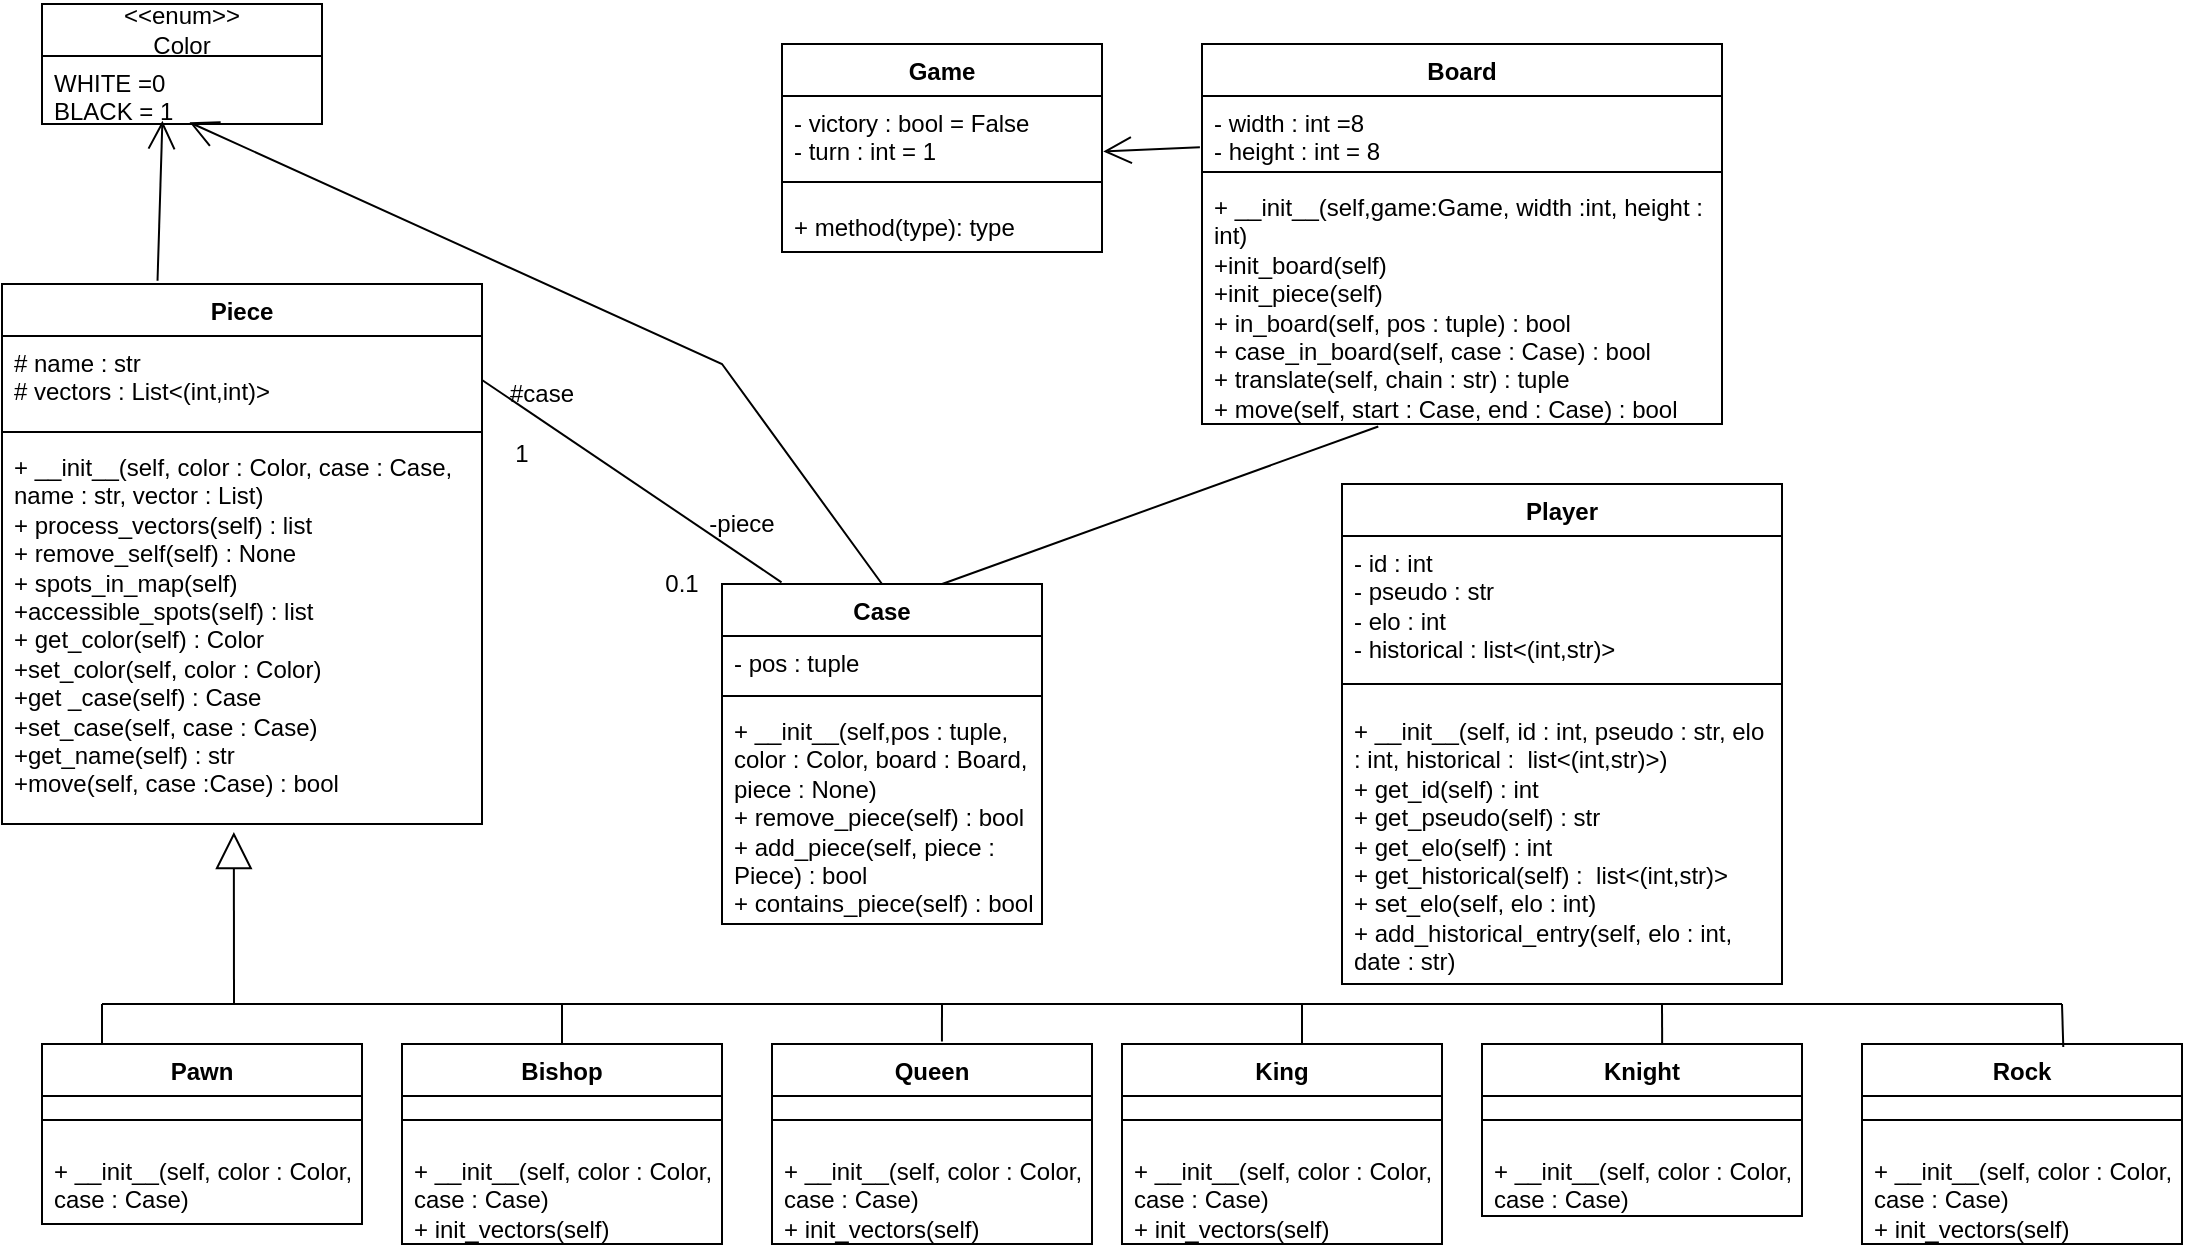
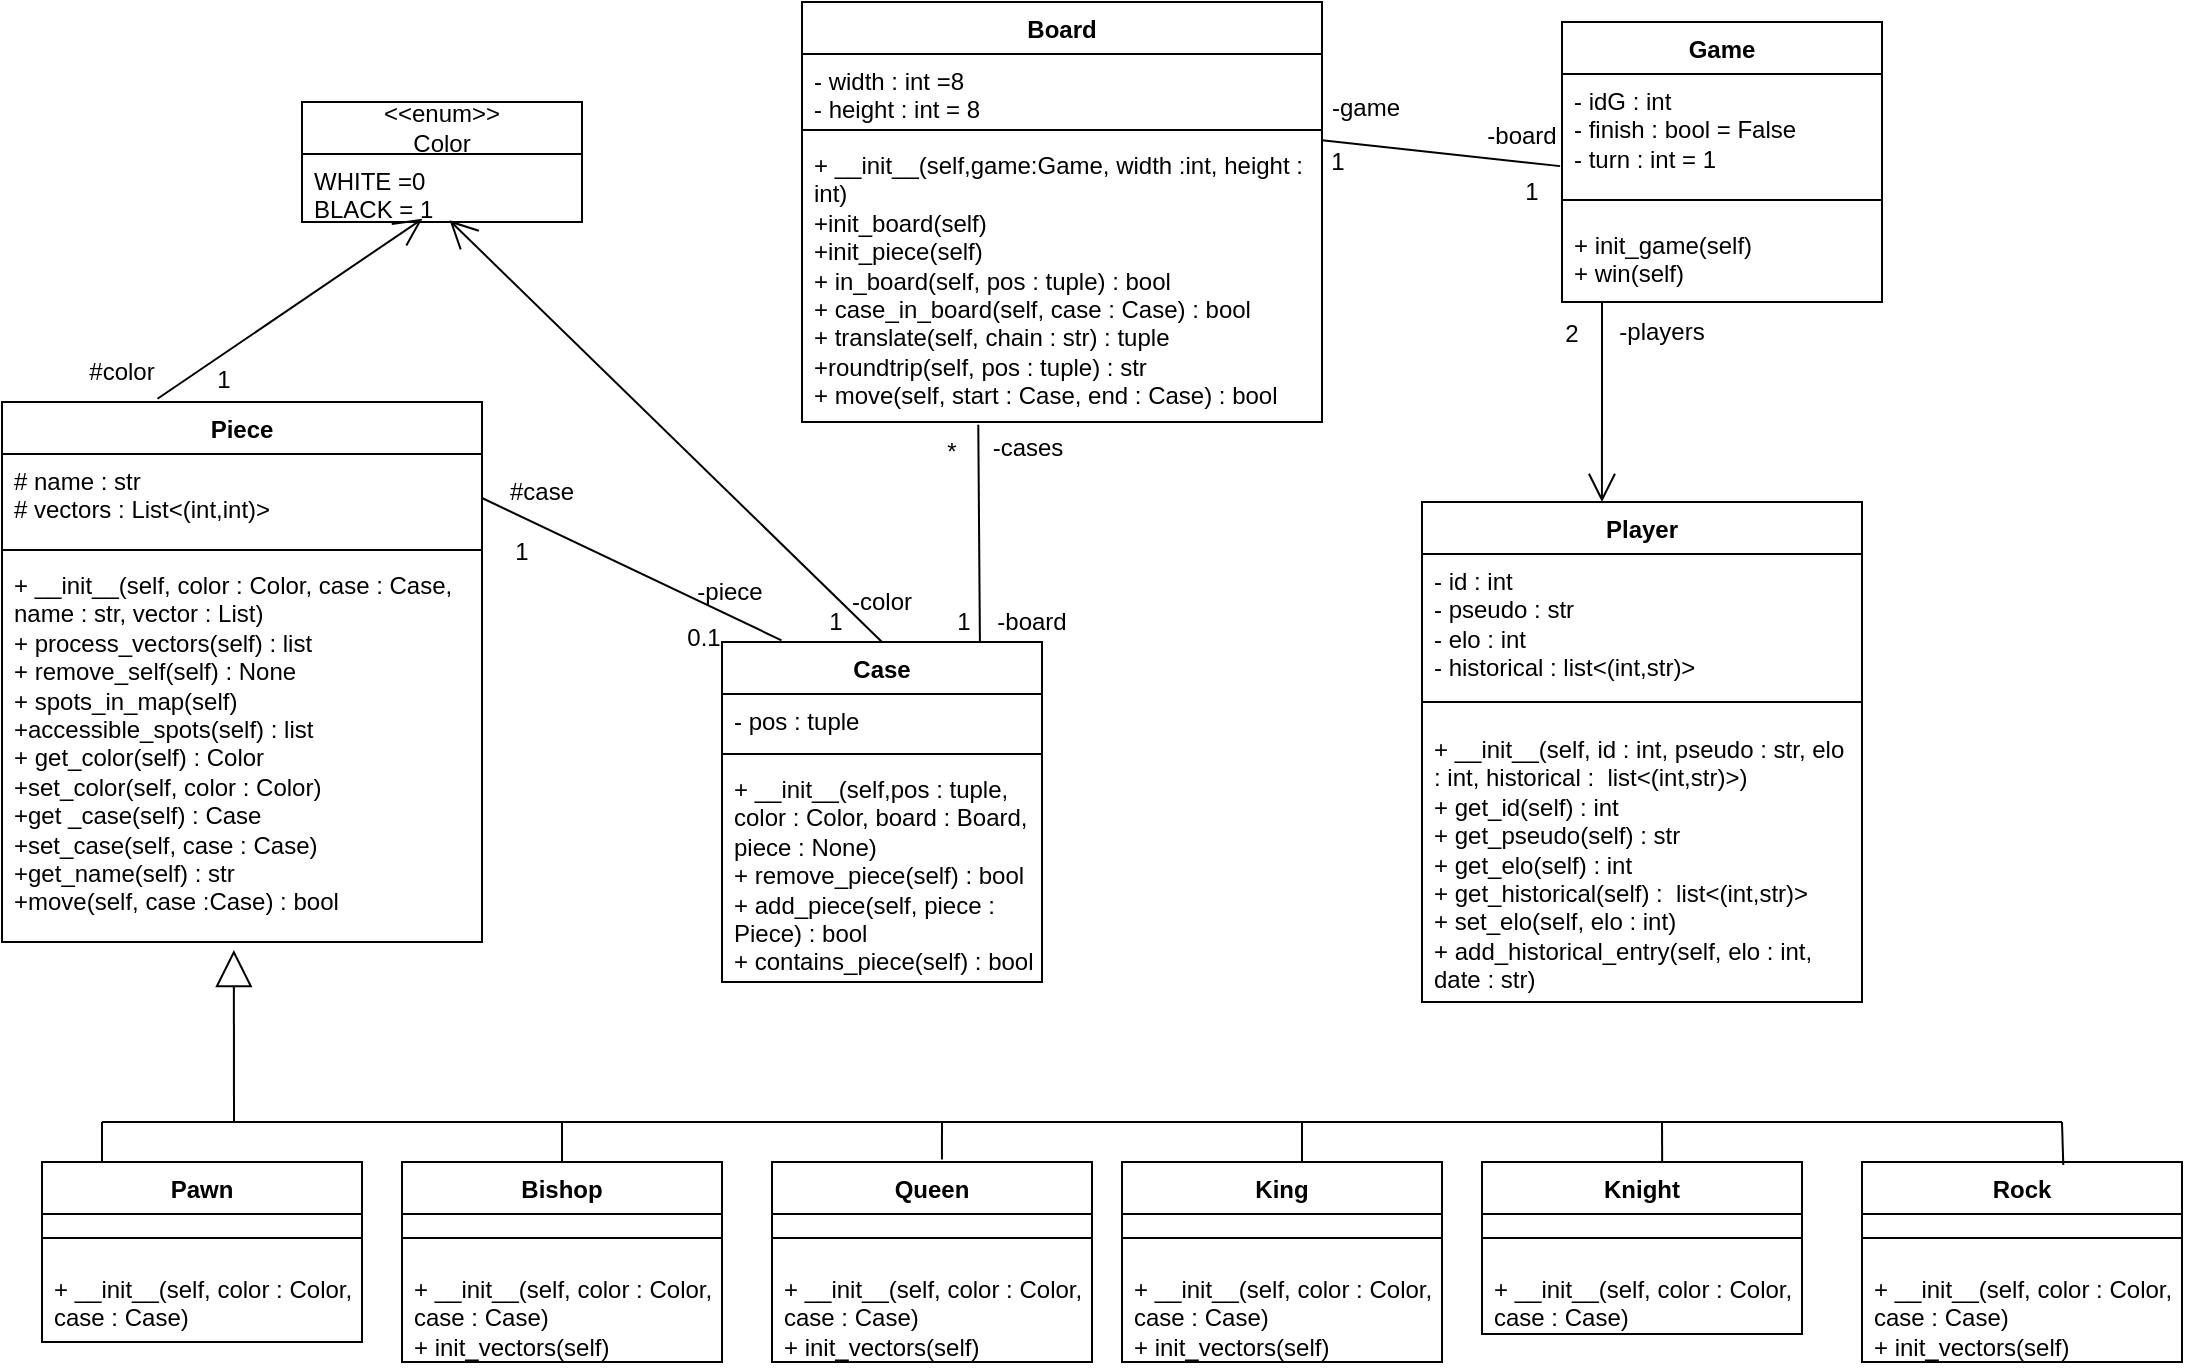
- <mxfile host="app.diagrams.net" agent="Mozilla/5.0 (X11; Linux x86_64; rv:146.0) Gecko/20100101 Firefox/146.0" version="29.1.1">
+ <mxfile host="app.diagrams.net" agent="Mozilla/5.0 (X11; Linux x86_64; rv:146.0) Gecko/20100101 Firefox/146.0" version="29.2.7">
  <diagram name="Page-1" id="ue2nzu8fp39hdbNQRuWm">
-     <mxGraphModel dx="1053" dy="668" grid="1" gridSize="10" guides="1" tooltips="1" connect="1" arrows="1" fold="1" page="1" pageScale="1" pageWidth="1169" pageHeight="1654" math="0" shadow="0">
+     <mxGraphModel dx="1426" dy="835" grid="1" gridSize="10" guides="1" tooltips="1" connect="1" arrows="1" fold="1" page="1" pageScale="1" pageWidth="1169" pageHeight="1654" math="0" shadow="0">
      <root>
        <mxCell id="0" />
        <mxCell id="1" parent="0" />
        <mxCell id="S0ea2ZYKpIamfI4VXVso-1" parent="1" style="swimlane;fontStyle=1;align=center;verticalAlign=top;childLayout=stackLayout;horizontal=1;startSize=26;horizontalStack=0;resizeParent=1;resizeParentMax=0;resizeLast=0;collapsible=1;marginBottom=0;whiteSpace=wrap;html=1;" value="Player" vertex="1">
-           <mxGeometry height="250" width="220" x="720" y="340" as="geometry" />
+           <mxGeometry height="250" width="220" x="760" y="290" as="geometry" />
        </mxCell>
        <mxCell id="S0ea2ZYKpIamfI4VXVso-2" parent="S0ea2ZYKpIamfI4VXVso-1" style="text;strokeColor=none;fillColor=none;align=left;verticalAlign=top;spacingLeft=4;spacingRight=4;overflow=hidden;rotatable=0;points=[[0,0.5],[1,0.5]];portConstraint=eastwest;whiteSpace=wrap;html=1;" value="&lt;div&gt;- id : int&lt;/div&gt;&lt;div&gt;- pseudo : str&lt;/div&gt;&lt;div&gt;- elo : int&lt;/div&gt;&lt;div&gt;- historical : list&amp;lt;(int,str)&amp;gt;&lt;/div&gt;" vertex="1">
          <mxGeometry height="64" width="220" y="26" as="geometry" />
        </mxCell>
        <mxCell id="S0ea2ZYKpIamfI4VXVso-3" parent="S0ea2ZYKpIamfI4VXVso-1" style="line;strokeWidth=1;fillColor=none;align=left;verticalAlign=middle;spacingTop=-1;spacingLeft=3;spacingRight=3;rotatable=0;labelPosition=right;points=[];portConstraint=eastwest;strokeColor=inherit;" value="" vertex="1">
          <mxGeometry height="20" width="220" y="90" as="geometry" />
        </mxCell>
        <mxCell id="S0ea2ZYKpIamfI4VXVso-4" parent="S0ea2ZYKpIamfI4VXVso-1" style="text;strokeColor=none;fillColor=none;align=left;verticalAlign=top;spacingLeft=4;spacingRight=4;overflow=hidden;rotatable=0;points=[[0,0.5],[1,0.5]];portConstraint=eastwest;whiteSpace=wrap;html=1;" value="&lt;div&gt;+ __init__(self, id : int, pseudo : str, elo : int, historical :&amp;nbsp; list&amp;lt;(int,str)&amp;gt;)&lt;/div&gt;&lt;div&gt;+ get_id(self) : int&lt;/div&gt;&lt;div&gt;+ get_pseudo(self) : str&lt;/div&gt;&lt;div&gt;+ get_elo(self) : int&lt;/div&gt;&lt;div&gt;+ get_historical(self) :&amp;nbsp; list&amp;lt;(int,str)&amp;gt;&lt;/div&gt;&lt;div&gt;+ set_elo(self, elo : int)&lt;/div&gt;&lt;div&gt;+ add_historical_entry(self, elo : int, date : str)&lt;/div&gt;" vertex="1">
          <mxGeometry height="140" width="220" y="110" as="geometry" />
        </mxCell>
        <mxCell id="S0ea2ZYKpIamfI4VXVso-5" parent="1" style="swimlane;fontStyle=1;align=center;verticalAlign=top;childLayout=stackLayout;horizontal=1;startSize=26;horizontalStack=0;resizeParent=1;resizeParentMax=0;resizeLast=0;collapsible=1;marginBottom=0;whiteSpace=wrap;html=1;" value="Game" vertex="1">
-           <mxGeometry height="104" width="160" x="440" y="120" as="geometry" />
-         </mxCell>
-         <mxCell id="S0ea2ZYKpIamfI4VXVso-6" parent="S0ea2ZYKpIamfI4VXVso-5" style="text;strokeColor=none;fillColor=none;align=left;verticalAlign=top;spacingLeft=4;spacingRight=4;overflow=hidden;rotatable=0;points=[[0,0.5],[1,0.5]];portConstraint=eastwest;whiteSpace=wrap;html=1;" value="&lt;div&gt;- victory : bool = False&lt;/div&gt;&lt;div&gt;- turn : int = 1&lt;/div&gt;" vertex="1">
-           <mxGeometry height="34" width="160" y="26" as="geometry" />
+           <mxGeometry height="140" width="160" x="830" y="50" as="geometry" />
+         </mxCell>
+         <mxCell id="S0ea2ZYKpIamfI4VXVso-6" parent="S0ea2ZYKpIamfI4VXVso-5" style="text;strokeColor=none;fillColor=none;align=left;verticalAlign=top;spacingLeft=4;spacingRight=4;overflow=hidden;rotatable=0;points=[[0,0.5],[1,0.5]];portConstraint=eastwest;whiteSpace=wrap;html=1;" value="&lt;div&gt;- idG : int&lt;/div&gt;&lt;div&gt;- finish : bool = False&lt;/div&gt;&lt;div&gt;- turn : int = 1&lt;/div&gt;" vertex="1">
+           <mxGeometry height="54" width="160" y="26" as="geometry" />
        </mxCell>
        <mxCell id="S0ea2ZYKpIamfI4VXVso-7" parent="S0ea2ZYKpIamfI4VXVso-5" style="line;strokeWidth=1;fillColor=none;align=left;verticalAlign=middle;spacingTop=-1;spacingLeft=3;spacingRight=3;rotatable=0;labelPosition=right;points=[];portConstraint=eastwest;strokeColor=inherit;" value="" vertex="1">
-           <mxGeometry height="18" width="160" y="60" as="geometry" />
-         </mxCell>
-         <mxCell id="S0ea2ZYKpIamfI4VXVso-8" parent="S0ea2ZYKpIamfI4VXVso-5" style="text;strokeColor=none;fillColor=none;align=left;verticalAlign=top;spacingLeft=4;spacingRight=4;overflow=hidden;rotatable=0;points=[[0,0.5],[1,0.5]];portConstraint=eastwest;whiteSpace=wrap;html=1;" value="+ method(type): type" vertex="1">
-           <mxGeometry height="26" width="160" y="78" as="geometry" />
+           <mxGeometry height="18" width="160" y="80" as="geometry" />
+         </mxCell>
+         <mxCell id="S0ea2ZYKpIamfI4VXVso-8" parent="S0ea2ZYKpIamfI4VXVso-5" style="text;strokeColor=none;fillColor=none;align=left;verticalAlign=top;spacingLeft=4;spacingRight=4;overflow=hidden;rotatable=0;points=[[0,0.5],[1,0.5]];portConstraint=eastwest;whiteSpace=wrap;html=1;" value="&lt;div&gt;+ init_game(self)&lt;/div&gt;&lt;div&gt;+ win(self)&lt;/div&gt;" vertex="1">
+           <mxGeometry height="42" width="160" y="98" as="geometry" />
        </mxCell>
        <mxCell id="S0ea2ZYKpIamfI4VXVso-9" parent="1" style="swimlane;fontStyle=1;align=center;verticalAlign=top;childLayout=stackLayout;horizontal=1;startSize=26;horizontalStack=0;resizeParent=1;resizeParentMax=0;resizeLast=0;collapsible=1;marginBottom=0;whiteSpace=wrap;html=1;" value="Board" vertex="1">
-           <mxGeometry height="190" width="260" x="650" y="120" as="geometry" />
+           <mxGeometry height="210" width="260" x="450" y="40" as="geometry" />
        </mxCell>
        <mxCell id="S0ea2ZYKpIamfI4VXVso-10" parent="S0ea2ZYKpIamfI4VXVso-9" style="text;strokeColor=none;fillColor=none;align=left;verticalAlign=top;spacingLeft=4;spacingRight=4;overflow=hidden;rotatable=0;points=[[0,0.5],[1,0.5]];portConstraint=eastwest;whiteSpace=wrap;html=1;" value="&lt;div&gt;- width : int =8&lt;/div&gt;&lt;div&gt;- height : int = 8&lt;/div&gt;" vertex="1">
          <mxGeometry height="34" width="260" y="26" as="geometry" />
        </mxCell>
        <mxCell id="S0ea2ZYKpIamfI4VXVso-11" parent="S0ea2ZYKpIamfI4VXVso-9" style="line;strokeWidth=1;fillColor=none;align=left;verticalAlign=middle;spacingTop=-1;spacingLeft=3;spacingRight=3;rotatable=0;labelPosition=right;points=[];portConstraint=eastwest;strokeColor=inherit;" value="" vertex="1">
          <mxGeometry height="8" width="260" y="60" as="geometry" />
        </mxCell>
-         <mxCell id="S0ea2ZYKpIamfI4VXVso-12" parent="S0ea2ZYKpIamfI4VXVso-9" style="text;strokeColor=none;fillColor=none;align=left;verticalAlign=top;spacingLeft=4;spacingRight=4;overflow=hidden;rotatable=0;points=[[0,0.5],[1,0.5]];portConstraint=eastwest;whiteSpace=wrap;html=1;" value="&lt;div&gt;+ __init__(self,game:Game, width :int, height : int)&lt;/div&gt;&lt;div&gt;+init_board(self)&lt;/div&gt;&lt;div&gt;+init_piece(self)&lt;/div&gt;&lt;div&gt;+ in_board(self, pos : tuple) : bool&lt;/div&gt;&lt;div&gt;+ case_in_board(self, case : Case) : bool&lt;/div&gt;&lt;div&gt;+ translate(self, chain : str) : tuple&lt;/div&gt;&lt;div&gt;+ move(self, start : Case, end : Case) : bool&lt;/div&gt;" vertex="1">
-           <mxGeometry height="122" width="260" y="68" as="geometry" />
+         <mxCell id="S0ea2ZYKpIamfI4VXVso-12" parent="S0ea2ZYKpIamfI4VXVso-9" style="text;strokeColor=none;fillColor=none;align=left;verticalAlign=top;spacingLeft=4;spacingRight=4;overflow=hidden;rotatable=0;points=[[0,0.5],[1,0.5]];portConstraint=eastwest;whiteSpace=wrap;html=1;" value="&lt;div&gt;+ __init__(self,game:Game, width :int, height : int)&lt;/div&gt;&lt;div&gt;+init_board(self)&lt;/div&gt;&lt;div&gt;+init_piece(self)&lt;/div&gt;&lt;div&gt;+ in_board(self, pos : tuple) : bool&lt;/div&gt;&lt;div&gt;+ case_in_board(self, case : Case) : bool&lt;/div&gt;&lt;div&gt;+ translate(self, chain : str) : tuple&lt;/div&gt;&lt;div&gt;+roundtrip(self, pos : tuple) : str&lt;/div&gt;&lt;div&gt;+ move(self, start : Case, end : Case) : bool&lt;/div&gt;" vertex="1">
+           <mxGeometry height="142" width="260" y="68" as="geometry" />
        </mxCell>
        <mxCell id="S0ea2ZYKpIamfI4VXVso-14" parent="1" style="swimlane;fontStyle=1;align=center;verticalAlign=top;childLayout=stackLayout;horizontal=1;startSize=26;horizontalStack=0;resizeParent=1;resizeParentMax=0;resizeLast=0;collapsible=1;marginBottom=0;whiteSpace=wrap;html=1;" value="Case" vertex="1">
-           <mxGeometry height="170" width="160" x="410" y="390" as="geometry" />
+           <mxGeometry height="170" width="160" x="410" y="360" as="geometry" />
        </mxCell>
        <mxCell id="S0ea2ZYKpIamfI4VXVso-15" parent="S0ea2ZYKpIamfI4VXVso-14" style="text;strokeColor=none;fillColor=none;align=left;verticalAlign=top;spacingLeft=4;spacingRight=4;overflow=hidden;rotatable=0;points=[[0,0.5],[1,0.5]];portConstraint=eastwest;whiteSpace=wrap;html=1;" value="- pos : tuple" vertex="1">
          <mxGeometry height="26" width="160" y="26" as="geometry" />
        </mxCell>
        <mxCell id="S0ea2ZYKpIamfI4VXVso-16" parent="S0ea2ZYKpIamfI4VXVso-14" style="line;strokeWidth=1;fillColor=none;align=left;verticalAlign=middle;spacingTop=-1;spacingLeft=3;spacingRight=3;rotatable=0;labelPosition=right;points=[];portConstraint=eastwest;strokeColor=inherit;" value="" vertex="1">
          <mxGeometry height="8" width="160" y="52" as="geometry" />
        </mxCell>
        <mxCell id="S0ea2ZYKpIamfI4VXVso-17" parent="S0ea2ZYKpIamfI4VXVso-14" style="text;strokeColor=none;fillColor=none;align=left;verticalAlign=top;spacingLeft=4;spacingRight=4;overflow=hidden;rotatable=0;points=[[0,0.5],[1,0.5]];portConstraint=eastwest;whiteSpace=wrap;html=1;" value="&lt;div&gt;+ __init__(self,pos : tuple, color : Color, board : Board, piece : None)&lt;/div&gt;&lt;div&gt;+ remove_piece(self) : bool&lt;/div&gt;&lt;div&gt;+ add_piece(self, piece : Piece) : bool&lt;/div&gt;&lt;div&gt;+ contains_piece(self) : bool&lt;/div&gt;" vertex="1">
          <mxGeometry height="110" width="160" y="60" as="geometry" />
        </mxCell>
        <mxCell id="S0ea2ZYKpIamfI4VXVso-18" parent="1" style="swimlane;fontStyle=1;align=center;verticalAlign=top;childLayout=stackLayout;horizontal=1;startSize=26;horizontalStack=0;resizeParent=1;resizeParentMax=0;resizeLast=0;collapsible=1;marginBottom=0;whiteSpace=wrap;html=1;" value="Piece" vertex="1">
          <mxGeometry height="270" width="240" x="50" y="240" as="geometry" />
        </mxCell>
        <mxCell id="S0ea2ZYKpIamfI4VXVso-19" parent="S0ea2ZYKpIamfI4VXVso-18" style="text;strokeColor=none;fillColor=none;align=left;verticalAlign=top;spacingLeft=4;spacingRight=4;overflow=hidden;rotatable=0;points=[[0,0.5],[1,0.5]];portConstraint=eastwest;whiteSpace=wrap;html=1;" value="&lt;div&gt;# name : str&lt;/div&gt;&lt;div&gt;# vectors : List&amp;lt;(int,int)&amp;gt;&lt;/div&gt;" vertex="1">
          <mxGeometry height="44" width="240" y="26" as="geometry" />
        </mxCell>
        <mxCell id="S0ea2ZYKpIamfI4VXVso-20" parent="S0ea2ZYKpIamfI4VXVso-18" style="line;strokeWidth=1;fillColor=none;align=left;verticalAlign=middle;spacingTop=-1;spacingLeft=3;spacingRight=3;rotatable=0;labelPosition=right;points=[];portConstraint=eastwest;strokeColor=inherit;" value="" vertex="1">
          <mxGeometry height="8" width="240" y="70" as="geometry" />
        </mxCell>
        <mxCell id="S0ea2ZYKpIamfI4VXVso-21" parent="S0ea2ZYKpIamfI4VXVso-18" style="text;strokeColor=none;fillColor=none;align=left;verticalAlign=top;spacingLeft=4;spacingRight=4;overflow=hidden;rotatable=0;points=[[0,0.5],[1,0.5]];portConstraint=eastwest;whiteSpace=wrap;html=1;" value="&lt;div&gt;+ __init__(self, color : Color, case : Case, name : str, vector : List)&lt;/div&gt;&lt;div&gt;+ process_vectors(self) : list&lt;/div&gt;&lt;div&gt;+ remove_self(self) : None&lt;/div&gt;&lt;div&gt;+ spots_in_map(self)&lt;/div&gt;&lt;div&gt;+accessible_spots(self) : list&lt;/div&gt;&lt;div&gt;+ get_color(self) : Color&lt;/div&gt;&lt;div&gt;+set_color(self, color : Color)&lt;/div&gt;&lt;div&gt;+get _case(self) : Case&lt;/div&gt;&lt;div&gt;+set_case(self, case : Case)&lt;/div&gt;&lt;div&gt;+get_name(self) : str&lt;/div&gt;&lt;div&gt;+move(self, case :Case) : bool&lt;/div&gt;" vertex="1">
          <mxGeometry height="192" width="240" y="78" as="geometry" />
        </mxCell>
        <mxCell id="S0ea2ZYKpIamfI4VXVso-22" parent="1" style="swimlane;fontStyle=1;align=center;verticalAlign=top;childLayout=stackLayout;horizontal=1;startSize=26;horizontalStack=0;resizeParent=1;resizeParentMax=0;resizeLast=0;collapsible=1;marginBottom=0;whiteSpace=wrap;html=1;" value="Pawn" vertex="1">
          <mxGeometry height="90" width="160" x="70" y="620" as="geometry" />
        </mxCell>
        <mxCell id="S0ea2ZYKpIamfI4VXVso-24" parent="S0ea2ZYKpIamfI4VXVso-22" style="line;strokeWidth=1;fillColor=none;align=left;verticalAlign=middle;spacingTop=-1;spacingLeft=3;spacingRight=3;rotatable=0;labelPosition=right;points=[];portConstraint=eastwest;strokeColor=inherit;" value="" vertex="1">
          <mxGeometry height="24" width="160" y="26" as="geometry" />
        </mxCell>
        <mxCell id="S0ea2ZYKpIamfI4VXVso-25" parent="S0ea2ZYKpIamfI4VXVso-22" style="text;strokeColor=none;fillColor=none;align=left;verticalAlign=top;spacingLeft=4;spacingRight=4;overflow=hidden;rotatable=0;points=[[0,0.5],[1,0.5]];portConstraint=eastwest;whiteSpace=wrap;html=1;" value="&lt;div&gt;+ __init__(self, color : Color, case : Case)&lt;/div&gt;" vertex="1">
          <mxGeometry height="40" width="160" y="50" as="geometry" />
        </mxCell>
        <mxCell id="S0ea2ZYKpIamfI4VXVso-27" parent="1" style="swimlane;fontStyle=1;align=center;verticalAlign=top;childLayout=stackLayout;horizontal=1;startSize=26;horizontalStack=0;resizeParent=1;resizeParentMax=0;resizeLast=0;collapsible=1;marginBottom=0;whiteSpace=wrap;html=1;" value="Bishop" vertex="1">
          <mxGeometry height="100" width="160" x="250" y="620" as="geometry" />
        </mxCell>
        <mxCell id="S0ea2ZYKpIamfI4VXVso-29" parent="S0ea2ZYKpIamfI4VXVso-27" style="line;strokeWidth=1;fillColor=none;align=left;verticalAlign=middle;spacingTop=-1;spacingLeft=3;spacingRight=3;rotatable=0;labelPosition=right;points=[];portConstraint=eastwest;strokeColor=inherit;" value="" vertex="1">
          <mxGeometry height="24" width="160" y="26" as="geometry" />
        </mxCell>
        <mxCell id="S0ea2ZYKpIamfI4VXVso-30" parent="S0ea2ZYKpIamfI4VXVso-27" style="text;strokeColor=none;fillColor=none;align=left;verticalAlign=top;spacingLeft=4;spacingRight=4;overflow=hidden;rotatable=0;points=[[0,0.5],[1,0.5]];portConstraint=eastwest;whiteSpace=wrap;html=1;" value="&lt;div&gt;+ __init__(self, color : Color, case : Case)&lt;/div&gt;&lt;div&gt;+ init_vectors(self)&lt;/div&gt;" vertex="1">
          <mxGeometry height="50" width="160" y="50" as="geometry" />
        </mxCell>
        <mxCell id="S0ea2ZYKpIamfI4VXVso-31" parent="1" style="swimlane;fontStyle=1;align=center;verticalAlign=top;childLayout=stackLayout;horizontal=1;startSize=26;horizontalStack=0;resizeParent=1;resizeParentMax=0;resizeLast=0;collapsible=1;marginBottom=0;whiteSpace=wrap;html=1;" value="Queen" vertex="1">
          <mxGeometry height="100" width="160" x="435" y="620" as="geometry" />
        </mxCell>
        <mxCell id="S0ea2ZYKpIamfI4VXVso-33" parent="S0ea2ZYKpIamfI4VXVso-31" style="line;strokeWidth=1;fillColor=none;align=left;verticalAlign=middle;spacingTop=-1;spacingLeft=3;spacingRight=3;rotatable=0;labelPosition=right;points=[];portConstraint=eastwest;strokeColor=inherit;" value="" vertex="1">
          <mxGeometry height="24" width="160" y="26" as="geometry" />
        </mxCell>
        <mxCell id="S0ea2ZYKpIamfI4VXVso-34" parent="S0ea2ZYKpIamfI4VXVso-31" style="text;strokeColor=none;fillColor=none;align=left;verticalAlign=top;spacingLeft=4;spacingRight=4;overflow=hidden;rotatable=0;points=[[0,0.5],[1,0.5]];portConstraint=eastwest;whiteSpace=wrap;html=1;" value="&lt;div&gt;+ __init__(self, color : Color, case : Case)&lt;/div&gt;&lt;div&gt;+ init_vectors(self)&lt;/div&gt;" vertex="1">
          <mxGeometry height="50" width="160" y="50" as="geometry" />
        </mxCell>
        <mxCell id="S0ea2ZYKpIamfI4VXVso-35" parent="1" style="swimlane;fontStyle=1;align=center;verticalAlign=top;childLayout=stackLayout;horizontal=1;startSize=26;horizontalStack=0;resizeParent=1;resizeParentMax=0;resizeLast=0;collapsible=1;marginBottom=0;whiteSpace=wrap;html=1;" value="King" vertex="1">
          <mxGeometry height="100" width="160" x="610" y="620" as="geometry" />
        </mxCell>
        <mxCell id="S0ea2ZYKpIamfI4VXVso-37" parent="S0ea2ZYKpIamfI4VXVso-35" style="line;strokeWidth=1;fillColor=none;align=left;verticalAlign=middle;spacingTop=-1;spacingLeft=3;spacingRight=3;rotatable=0;labelPosition=right;points=[];portConstraint=eastwest;strokeColor=inherit;" value="" vertex="1">
          <mxGeometry height="24" width="160" y="26" as="geometry" />
        </mxCell>
        <mxCell id="S0ea2ZYKpIamfI4VXVso-38" parent="S0ea2ZYKpIamfI4VXVso-35" style="text;strokeColor=none;fillColor=none;align=left;verticalAlign=top;spacingLeft=4;spacingRight=4;overflow=hidden;rotatable=0;points=[[0,0.5],[1,0.5]];portConstraint=eastwest;whiteSpace=wrap;html=1;" value="&lt;div&gt;+ __init__(self, color : Color, case : Case)&lt;/div&gt;&lt;div&gt;+ init_vectors(self)&lt;/div&gt;" vertex="1">
          <mxGeometry height="50" width="160" y="50" as="geometry" />
        </mxCell>
        <mxCell id="S0ea2ZYKpIamfI4VXVso-39" parent="1" style="swimlane;fontStyle=1;align=center;verticalAlign=top;childLayout=stackLayout;horizontal=1;startSize=26;horizontalStack=0;resizeParent=1;resizeParentMax=0;resizeLast=0;collapsible=1;marginBottom=0;whiteSpace=wrap;html=1;" value="Knight" vertex="1">
          <mxGeometry height="86" width="160" x="790" y="620" as="geometry" />
        </mxCell>
        <mxCell id="S0ea2ZYKpIamfI4VXVso-41" parent="S0ea2ZYKpIamfI4VXVso-39" style="line;strokeWidth=1;fillColor=none;align=left;verticalAlign=middle;spacingTop=-1;spacingLeft=3;spacingRight=3;rotatable=0;labelPosition=right;points=[];portConstraint=eastwest;strokeColor=inherit;" value="" vertex="1">
          <mxGeometry height="24" width="160" y="26" as="geometry" />
        </mxCell>
        <mxCell id="S0ea2ZYKpIamfI4VXVso-42" parent="S0ea2ZYKpIamfI4VXVso-39" style="text;strokeColor=none;fillColor=none;align=left;verticalAlign=top;spacingLeft=4;spacingRight=4;overflow=hidden;rotatable=0;points=[[0,0.5],[1,0.5]];portConstraint=eastwest;whiteSpace=wrap;html=1;" value="&lt;div&gt;+ __init__(self, color : Color, case : Case)&lt;/div&gt;" vertex="1">
          <mxGeometry height="36" width="160" y="50" as="geometry" />
        </mxCell>
        <mxCell id="S0ea2ZYKpIamfI4VXVso-43" parent="1" style="swimlane;fontStyle=1;align=center;verticalAlign=top;childLayout=stackLayout;horizontal=1;startSize=26;horizontalStack=0;resizeParent=1;resizeParentMax=0;resizeLast=0;collapsible=1;marginBottom=0;whiteSpace=wrap;html=1;" value="Rock" vertex="1">
          <mxGeometry height="100" width="160" x="980" y="620" as="geometry" />
        </mxCell>
        <mxCell id="S0ea2ZYKpIamfI4VXVso-45" parent="S0ea2ZYKpIamfI4VXVso-43" style="line;strokeWidth=1;fillColor=none;align=left;verticalAlign=middle;spacingTop=-1;spacingLeft=3;spacingRight=3;rotatable=0;labelPosition=right;points=[];portConstraint=eastwest;strokeColor=inherit;" value="" vertex="1">
          <mxGeometry height="24" width="160" y="26" as="geometry" />
        </mxCell>
        <mxCell id="S0ea2ZYKpIamfI4VXVso-46" parent="S0ea2ZYKpIamfI4VXVso-43" style="text;strokeColor=none;fillColor=none;align=left;verticalAlign=top;spacingLeft=4;spacingRight=4;overflow=hidden;rotatable=0;points=[[0,0.5],[1,0.5]];portConstraint=eastwest;whiteSpace=wrap;html=1;" value="&lt;div&gt;+ __init__(self, color : Color, case : Case)&lt;/div&gt;&lt;div&gt;+ init_vectors(self)&lt;/div&gt;" vertex="1">
          <mxGeometry height="50" width="160" y="50" as="geometry" />
        </mxCell>
        <mxCell id="RvrVx3QbLvxbVOcMWla0-1" edge="1" parent="1" style="endArrow=block;endSize=16;endFill=0;html=1;rounded=0;entryX=0.483;entryY=1.021;entryDx=0;entryDy=0;entryPerimeter=0;" target="S0ea2ZYKpIamfI4VXVso-21" value="">
          <mxGeometry relative="1" width="160" as="geometry">
            <mxPoint x="166" y="600" as="sourcePoint" />
            <mxPoint x="390" y="570" as="targetPoint" />
          </mxGeometry>
        </mxCell>
        <mxCell id="RvrVx3QbLvxbVOcMWla0-3" edge="1" parent="1" style="endArrow=none;html=1;rounded=0;" value="">
          <mxGeometry height="50" relative="1" width="50" as="geometry">
            <mxPoint x="100" y="600" as="sourcePoint" />
            <mxPoint x="1080" y="600" as="targetPoint" />
          </mxGeometry>
        </mxCell>
        <mxCell id="RvrVx3QbLvxbVOcMWla0-4" edge="1" parent="1" style="endArrow=none;html=1;rounded=0;" value="">
          <mxGeometry height="50" relative="1" width="50" as="geometry">
            <mxPoint x="100" y="620" as="sourcePoint" />
            <mxPoint x="100" y="600" as="targetPoint" />
          </mxGeometry>
        </mxCell>
        <mxCell id="RvrVx3QbLvxbVOcMWla0-5" edge="1" parent="1" source="S0ea2ZYKpIamfI4VXVso-27" style="endArrow=none;html=1;rounded=0;exitX=0.5;exitY=0;exitDx=0;exitDy=0;" value="">
          <mxGeometry height="50" relative="1" width="50" as="geometry">
            <mxPoint x="110" y="630" as="sourcePoint" />
            <mxPoint x="330" y="600" as="targetPoint" />
          </mxGeometry>
        </mxCell>
        <mxCell id="RvrVx3QbLvxbVOcMWla0-7" edge="1" parent="1" source="S0ea2ZYKpIamfI4VXVso-31" style="endArrow=none;html=1;rounded=0;exitX=0.531;exitY=-0.012;exitDx=0;exitDy=0;exitPerimeter=0;" value="">
          <mxGeometry height="50" relative="1" width="50" as="geometry">
            <mxPoint x="340" y="630" as="sourcePoint" />
            <mxPoint x="520" y="600" as="targetPoint" />
          </mxGeometry>
        </mxCell>
        <mxCell id="RvrVx3QbLvxbVOcMWla0-8" edge="1" parent="1" style="endArrow=none;html=1;rounded=0;" value="">
          <mxGeometry height="50" relative="1" width="50" as="geometry">
            <mxPoint x="700" y="620" as="sourcePoint" />
            <mxPoint x="700" y="600" as="targetPoint" />
          </mxGeometry>
        </mxCell>
        <mxCell id="RvrVx3QbLvxbVOcMWla0-9" edge="1" parent="1" source="S0ea2ZYKpIamfI4VXVso-39" style="endArrow=none;html=1;rounded=0;exitX=0.563;exitY=-0.005;exitDx=0;exitDy=0;exitPerimeter=0;" value="">
          <mxGeometry height="50" relative="1" width="50" as="geometry">
            <mxPoint x="710" y="630" as="sourcePoint" />
            <mxPoint x="880" y="600" as="targetPoint" />
          </mxGeometry>
        </mxCell>
        <mxCell id="RvrVx3QbLvxbVOcMWla0-10" edge="1" parent="1" source="S0ea2ZYKpIamfI4VXVso-43" style="endArrow=none;html=1;rounded=0;exitX=0.629;exitY=0.015;exitDx=0;exitDy=0;exitPerimeter=0;" value="">
          <mxGeometry height="50" relative="1" width="50" as="geometry">
            <mxPoint x="1060" y="618" as="sourcePoint" />
            <mxPoint x="1080" y="600" as="targetPoint" />
          </mxGeometry>
        </mxCell>
        <mxCell id="RvrVx3QbLvxbVOcMWla0-11" parent="1" style="swimlane;fontStyle=0;childLayout=stackLayout;horizontal=1;startSize=26;fillColor=none;horizontalStack=0;resizeParent=1;resizeParentMax=0;resizeLast=0;collapsible=1;marginBottom=0;whiteSpace=wrap;html=1;" value="&amp;lt;&amp;lt;enum&amp;gt;&amp;gt;&lt;br&gt;Color" vertex="1">
-           <mxGeometry height="60" width="140" x="70" y="100" as="geometry" />
+           <mxGeometry height="60" width="140" x="200" y="90" as="geometry" />
        </mxCell>
        <mxCell id="RvrVx3QbLvxbVOcMWla0-12" parent="RvrVx3QbLvxbVOcMWla0-11" style="text;strokeColor=none;fillColor=none;align=left;verticalAlign=top;spacingLeft=4;spacingRight=4;overflow=hidden;rotatable=0;points=[[0,0.5],[1,0.5]];portConstraint=eastwest;whiteSpace=wrap;html=1;" value="&lt;div&gt;WHITE =0&lt;/div&gt;&lt;div&gt;BLACK = 1&lt;/div&gt;" vertex="1">
          <mxGeometry height="34" width="140" y="26" as="geometry" />
        </mxCell>
        <mxCell id="RvrVx3QbLvxbVOcMWla0-15" edge="1" parent="1" source="S0ea2ZYKpIamfI4VXVso-19" style="endArrow=none;html=1;rounded=0;exitX=1;exitY=0.5;exitDx=0;exitDy=0;entryX=0.186;entryY=-0.005;entryDx=0;entryDy=0;entryPerimeter=0;" target="S0ea2ZYKpIamfI4VXVso-14" value="">
          <mxGeometry height="50" relative="1" width="50" as="geometry">
            <mxPoint x="480" y="440" as="sourcePoint" />
            <mxPoint x="530" y="390" as="targetPoint" />
          </mxGeometry>
        </mxCell>
        <mxCell id="RvrVx3QbLvxbVOcMWla0-16" parent="1" style="text;html=1;whiteSpace=wrap;strokeColor=none;fillColor=none;align=center;verticalAlign=middle;rounded=0;" value="#case" vertex="1">
-           <mxGeometry height="30" width="60" x="290" y="280" as="geometry" />
+           <mxGeometry height="30" width="60" x="290" y="270" as="geometry" />
        </mxCell>
        <mxCell id="RvrVx3QbLvxbVOcMWla0-17" parent="1" style="text;html=1;whiteSpace=wrap;strokeColor=none;fillColor=none;align=center;verticalAlign=middle;rounded=0;" value="1" vertex="1">
-           <mxGeometry height="30" width="60" x="280" y="310" as="geometry" />
+           <mxGeometry height="30" width="60" x="280" y="300" as="geometry" />
        </mxCell>
        <mxCell id="RvrVx3QbLvxbVOcMWla0-18" parent="1" style="text;html=1;whiteSpace=wrap;strokeColor=none;fillColor=none;align=center;verticalAlign=middle;rounded=0;" value="-piece" vertex="1">
-           <mxGeometry height="20" width="40" x="400" y="350" as="geometry" />
+           <mxGeometry height="20" width="40" x="394" y="325" as="geometry" />
        </mxCell>
        <mxCell id="RvrVx3QbLvxbVOcMWla0-19" parent="1" style="text;html=1;whiteSpace=wrap;strokeColor=none;fillColor=none;align=center;verticalAlign=middle;rounded=0;" value="0.1" vertex="1">
-           <mxGeometry height="20" width="20" x="380" y="380" as="geometry" />
+           <mxGeometry height="20" width="20" x="391" y="348" as="geometry" />
        </mxCell>
        <mxCell id="RvrVx3QbLvxbVOcMWla0-20" edge="1" parent="1" source="S0ea2ZYKpIamfI4VXVso-18" style="endArrow=open;endFill=1;endSize=12;html=1;rounded=0;entryX=0.43;entryY=0.953;entryDx=0;entryDy=0;entryPerimeter=0;exitX=0.324;exitY=-0.006;exitDx=0;exitDy=0;exitPerimeter=0;" target="RvrVx3QbLvxbVOcMWla0-12" value="">
          <mxGeometry relative="1" width="160" as="geometry">
            <mxPoint x="420" y="410" as="sourcePoint" />
            <mxPoint x="580" y="410" as="targetPoint" />
          </mxGeometry>
        </mxCell>
        <mxCell id="RvrVx3QbLvxbVOcMWla0-21" edge="1" parent="1" source="S0ea2ZYKpIamfI4VXVso-14" style="endArrow=open;endFill=1;endSize=12;html=1;rounded=0;entryX=0.527;entryY=0.976;entryDx=0;entryDy=0;entryPerimeter=0;exitX=0.5;exitY=0;exitDx=0;exitDy=0;" target="RvrVx3QbLvxbVOcMWla0-12" value="">
          <mxGeometry relative="1" width="160" as="geometry">
-             <Array as="points">
-               <mxPoint x="410" y="280" />
-             </Array>
+             <Array as="points" />
            <mxPoint x="138" y="248" as="sourcePoint" />
            <mxPoint x="140" y="188" as="targetPoint" />
          </mxGeometry>
        </mxCell>
-         <mxCell id="RvrVx3QbLvxbVOcMWla0-25" edge="1" parent="1" source="S0ea2ZYKpIamfI4VXVso-10" style="endArrow=open;endFill=1;endSize=12;html=1;rounded=0;entryX=1.004;entryY=0.815;entryDx=0;entryDy=0;entryPerimeter=0;exitX=-0.004;exitY=0.754;exitDx=0;exitDy=0;exitPerimeter=0;" target="S0ea2ZYKpIamfI4VXVso-6" value="">
-           <mxGeometry relative="1" width="160" as="geometry">
-             <mxPoint x="520" y="401" as="sourcePoint" />
-             <mxPoint x="676" y="219" as="targetPoint" />
-           </mxGeometry>
-         </mxCell>
-         <mxCell id="RvrVx3QbLvxbVOcMWla0-27" edge="1" parent="1" source="S0ea2ZYKpIamfI4VXVso-12" style="endArrow=none;html=1;rounded=0;exitX=0.339;exitY=1.01;exitDx=0;exitDy=0;entryX=0.688;entryY=0;entryDx=0;entryDy=0;entryPerimeter=0;exitPerimeter=0;" target="S0ea2ZYKpIamfI4VXVso-14" value="">
+         <mxCell id="RvrVx3QbLvxbVOcMWla0-27" edge="1" parent="1" source="S0ea2ZYKpIamfI4VXVso-12" style="endArrow=none;html=1;rounded=0;exitX=0.339;exitY=1.01;exitDx=0;exitDy=0;entryX=0.806;entryY=0;entryDx=0;entryDy=0;entryPerimeter=0;exitPerimeter=0;" target="S0ea2ZYKpIamfI4VXVso-14" value="">
          <mxGeometry height="50" relative="1" width="50" as="geometry">
            <mxPoint x="300" y="298" as="sourcePoint" />
            <mxPoint x="450" y="399" as="targetPoint" />
          </mxGeometry>
+         </mxCell>
+         <mxCell id="_vj-o0teQn7O_933QG1c-2" edge="1" parent="1" source="S0ea2ZYKpIamfI4VXVso-6" style="endArrow=none;html=1;rounded=0;entryX=1;entryY=0.008;entryDx=0;entryDy=0;entryPerimeter=0;exitX=-0.006;exitY=0.853;exitDx=0;exitDy=0;exitPerimeter=0;" target="S0ea2ZYKpIamfI4VXVso-12" value="">
+           <mxGeometry height="50" relative="1" width="50" as="geometry">
+             <mxPoint x="560" y="460" as="sourcePoint" />
+             <mxPoint x="610" y="410" as="targetPoint" />
+           </mxGeometry>
+         </mxCell>
+         <mxCell id="_vj-o0teQn7O_933QG1c-3" edge="1" parent="1" source="S0ea2ZYKpIamfI4VXVso-8" style="endArrow=open;endFill=1;endSize=12;html=1;rounded=0;entryX=0.409;entryY=0;entryDx=0;entryDy=0;entryPerimeter=0;exitX=0.125;exitY=1;exitDx=0;exitDy=0;exitPerimeter=0;" target="S0ea2ZYKpIamfI4VXVso-1" value="">
+           <mxGeometry relative="1" width="160" as="geometry">
+             <mxPoint x="138" y="248" as="sourcePoint" />
+             <mxPoint x="140" y="168" as="targetPoint" />
+           </mxGeometry>
+         </mxCell>
+         <mxCell id="_vj-o0teQn7O_933QG1c-5" parent="1" style="text;html=1;whiteSpace=wrap;strokeColor=none;fillColor=none;align=center;verticalAlign=middle;rounded=0;" value="#color" vertex="1">
+           <mxGeometry height="30" width="40" x="90" y="210" as="geometry" />
+         </mxCell>
+         <mxCell id="_vj-o0teQn7O_933QG1c-6" parent="1" style="text;html=1;whiteSpace=wrap;strokeColor=none;fillColor=none;align=center;verticalAlign=middle;rounded=0;" value="1" vertex="1">
+           <mxGeometry height="10" width="20" x="151" y="224" as="geometry" />
+         </mxCell>
+         <mxCell id="_vj-o0teQn7O_933QG1c-7" parent="1" style="text;html=1;whiteSpace=wrap;strokeColor=none;fillColor=none;align=center;verticalAlign=middle;rounded=0;" value="-color" vertex="1">
+           <mxGeometry height="20" width="40" x="470" y="330" as="geometry" />
+         </mxCell>
+         <mxCell id="_vj-o0teQn7O_933QG1c-8" parent="1" style="text;html=1;whiteSpace=wrap;strokeColor=none;fillColor=none;align=center;verticalAlign=middle;rounded=0;" value="1" vertex="1">
+           <mxGeometry height="10" width="20" x="457" y="345" as="geometry" />
+         </mxCell>
+         <mxCell id="_vj-o0teQn7O_933QG1c-9" parent="1" style="text;html=1;whiteSpace=wrap;strokeColor=none;fillColor=none;align=center;verticalAlign=middle;rounded=0;" value="-board" vertex="1">
+           <mxGeometry height="20" width="50" x="540" y="340" as="geometry" />
+         </mxCell>
+         <mxCell id="_vj-o0teQn7O_933QG1c-10" parent="1" style="text;html=1;whiteSpace=wrap;strokeColor=none;fillColor=none;align=center;verticalAlign=middle;rounded=0;" value="1" vertex="1">
+           <mxGeometry height="10" width="20" x="521" y="345" as="geometry" />
+         </mxCell>
+         <mxCell id="_vj-o0teQn7O_933QG1c-11" parent="1" style="text;html=1;whiteSpace=wrap;strokeColor=none;fillColor=none;align=center;verticalAlign=middle;rounded=0;" value="-cases" vertex="1">
+           <mxGeometry height="10" width="40" x="543" y="258" as="geometry" />
+         </mxCell>
+         <mxCell id="_vj-o0teQn7O_933QG1c-12" parent="1" style="text;html=1;whiteSpace=wrap;strokeColor=none;fillColor=none;align=center;verticalAlign=middle;rounded=0;" value="*" vertex="1">
+           <mxGeometry width="20" x="515" y="265" as="geometry" />
+         </mxCell>
+         <mxCell id="_vj-o0teQn7O_933QG1c-13" parent="1" style="text;html=1;whiteSpace=wrap;strokeColor=none;fillColor=none;align=center;verticalAlign=middle;rounded=0;" value="-players" vertex="1">
+           <mxGeometry height="30" width="60" x="850" y="190" as="geometry" />
+         </mxCell>
+         <mxCell id="_vj-o0teQn7O_933QG1c-14" parent="1" style="text;html=1;whiteSpace=wrap;strokeColor=none;fillColor=none;align=center;verticalAlign=middle;rounded=0;" value="2" vertex="1">
+           <mxGeometry height="10" width="30" x="820" y="201" as="geometry" />
+         </mxCell>
+         <mxCell id="_vj-o0teQn7O_933QG1c-15" parent="1" style="text;html=1;whiteSpace=wrap;strokeColor=none;fillColor=none;align=center;verticalAlign=middle;rounded=0;" value="-board" vertex="1">
+           <mxGeometry height="10" width="60" x="780" y="102" as="geometry" />
+         </mxCell>
+         <mxCell id="_vj-o0teQn7O_933QG1c-16" parent="1" style="text;html=1;whiteSpace=wrap;strokeColor=none;fillColor=none;align=center;verticalAlign=middle;rounded=0;" value="1" vertex="1">
+           <mxGeometry height="10" width="30" x="800" y="130" as="geometry" />
+         </mxCell>
+         <mxCell id="_vj-o0teQn7O_933QG1c-17" parent="1" style="text;html=1;whiteSpace=wrap;strokeColor=none;fillColor=none;align=center;verticalAlign=middle;rounded=0;" value="-game" vertex="1">
+           <mxGeometry height="20" width="50" x="707" y="83" as="geometry" />
+         </mxCell>
+         <mxCell id="_vj-o0teQn7O_933QG1c-18" parent="1" style="text;html=1;whiteSpace=wrap;strokeColor=none;fillColor=none;align=center;verticalAlign=middle;rounded=0;" value="1" vertex="1">
+           <mxGeometry width="10" x="713" y="120" as="geometry" />
        </mxCell>
      </root>
    </mxGraphModel>
  </diagram>
</mxfile>
